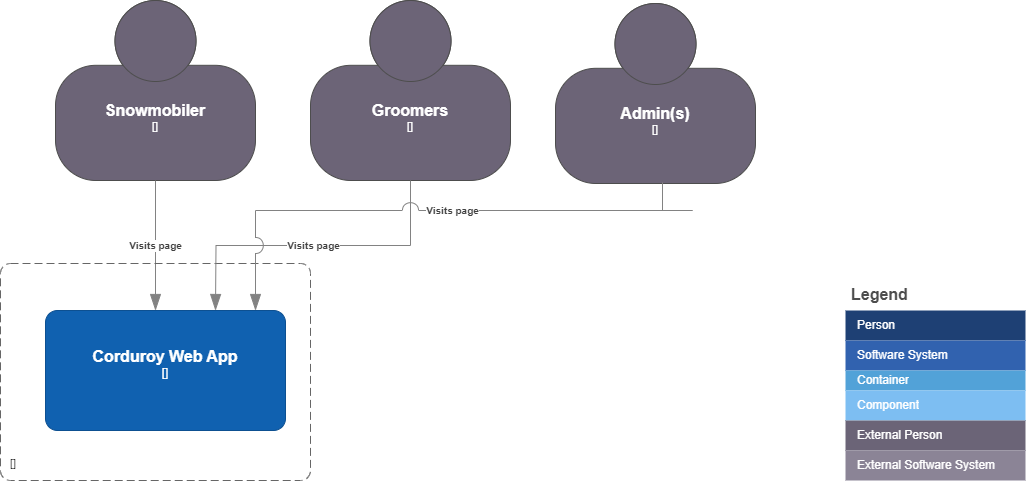
Earlier version of the draw.io export docs/C4/Context-C4.png (bartelsjoshuac/Corduroy). Source tidied: cells renumbered, new cells last; positions are measured from the earlier drawing's top-left corner, leaving out a move shared by most shapes. Source of this version:
```xml
<mxGraphModel>
  <root>
    <mxCell id="0" />
    <mxCell id="1" parent="0" />
    <object id="2" label="&lt;font style=&quot;font-size: 16px&quot;&gt;&lt;b&gt;%c4Name%&lt;/b&gt;&lt;/font&gt;&lt;div&gt;[%c4Type%]&lt;/div&gt;&lt;br&gt;&lt;div&gt;&lt;font style=&quot;font-size: 11px&quot;&gt;&lt;font color=&quot;#cccccc&quot;&gt;%c4Description%&lt;/font&gt;&lt;/div&gt;" c4Description="" c4Name="Snowmobiler" c4Type="" placeholders="1">
      <mxCell style="html=1;fontSize=11;dashed=0;whiteSpace=wrap;fillColor=#6C6477;strokeColor=#4D4D4D;fontColor=#ffffff;shape=mxgraph.c4.person2;align=center;points=[[0.5,0,0],[1,0.5,0],[1,0.75,0],[0.75,1,0],[0.5,1,0],[0.25,1,0],[0,0.75,0],[0,0.5,0]];" parent="1" vertex="1">
        <mxGeometry x="55" width="200" height="180" as="geometry" />
      </mxCell>
    </object>
    <mxCell id="3" value="Legend" style="shape=table;startSize=30;fontSize=16;align=left;verticalAlign=top;fillColor=none;strokeColor=none;fontColor=#4D4D4D;fontStyle=1;spacingLeft=6;spacing=0;" parent="1" vertex="1">
      <mxGeometry x="845" y="280" width="180" height="200" as="geometry" />
    </mxCell>
    <mxCell id="4" style="shape=tableRow;horizontal=0;startSize=0;swimlaneHead=0;swimlaneBody=0;strokeColor=inherit;top=0;left=0;bottom=0;right=0;fillColor=none;fontSize=12;" parent="3" vertex="1">
      <mxGeometry y="30" width="180" height="30" as="geometry" />
    </mxCell>
    <mxCell id="5" value="Person" style="shape=partialRectangle;html=1;whiteSpace=wrap;strokeColor=inherit;overflow=hidden;fillColor=#1E4074;top=0;left=0;bottom=0;right=0;fontSize=12;align=left;fontColor=#FFFFFF;gradientColor=none;spacingLeft=10;spacingRight=4;" parent="4" vertex="1">
      <mxGeometry width="180" height="30" as="geometry" />
    </mxCell>
    <mxCell id="6" style="shape=tableRow;horizontal=0;startSize=0;swimlaneHead=0;swimlaneBody=0;strokeColor=inherit;top=0;left=0;bottom=0;right=0;fillColor=none;fontSize=12;" parent="3" vertex="1">
      <mxGeometry y="60" width="180" height="30" as="geometry" />
    </mxCell>
    <mxCell id="7" value="Software System" style="shape=partialRectangle;html=1;whiteSpace=wrap;strokeColor=inherit;overflow=hidden;fillColor=#3162AF;top=0;left=0;bottom=0;right=0;fontSize=12;align=left;fontColor=#FFFFFF;gradientColor=none;spacingLeft=10;spacingRight=4;" parent="6" vertex="1">
      <mxGeometry width="180" height="30" as="geometry" />
    </mxCell>
    <mxCell id="8" style="shape=tableRow;horizontal=0;startSize=0;swimlaneHead=0;swimlaneBody=0;strokeColor=inherit;top=0;left=0;bottom=0;right=0;fillColor=none;fontSize=12;" parent="3" vertex="1">
      <mxGeometry y="90" width="180" height="20" as="geometry" />
    </mxCell>
    <mxCell id="9" value="Container" style="shape=partialRectangle;html=1;whiteSpace=wrap;strokeColor=inherit;overflow=hidden;fillColor=#52a2d8;top=0;left=0;bottom=0;right=0;fontSize=12;align=left;fontColor=#FFFFFF;gradientColor=none;spacingLeft=10;spacingRight=4;" parent="8" vertex="1">
      <mxGeometry width="180" height="20" as="geometry" />
    </mxCell>
    <mxCell id="10" style="shape=tableRow;horizontal=0;startSize=0;swimlaneHead=0;swimlaneBody=0;strokeColor=inherit;top=0;left=0;bottom=0;right=0;fillColor=none;fontSize=12;" parent="3" vertex="1">
      <mxGeometry y="110" width="180" height="30" as="geometry" />
    </mxCell>
    <mxCell id="11" value="Component" style="shape=partialRectangle;html=1;whiteSpace=wrap;strokeColor=inherit;overflow=hidden;fillColor=#7dbef2;top=0;left=0;bottom=0;right=0;fontSize=12;align=left;fontColor=#FFFFFF;gradientColor=none;spacingLeft=10;spacingRight=4;" parent="10" vertex="1">
      <mxGeometry width="180" height="30" as="geometry" />
    </mxCell>
    <mxCell id="12" style="shape=tableRow;horizontal=0;startSize=0;swimlaneHead=0;swimlaneBody=0;strokeColor=inherit;top=0;left=0;bottom=0;right=0;fillColor=none;fontSize=12;" parent="3" vertex="1">
      <mxGeometry y="140" width="180" height="30" as="geometry" />
    </mxCell>
    <mxCell id="13" value="External Person" style="shape=partialRectangle;html=1;whiteSpace=wrap;strokeColor=inherit;overflow=hidden;fillColor=#6b6477;top=0;left=0;bottom=0;right=0;fontSize=12;align=left;fontColor=#FFFFFF;gradientColor=none;spacingLeft=10;spacingRight=4;" parent="12" vertex="1">
      <mxGeometry width="180" height="30" as="geometry" />
    </mxCell>
    <mxCell id="14" style="shape=tableRow;horizontal=0;startSize=0;swimlaneHead=0;swimlaneBody=0;strokeColor=inherit;top=0;left=0;bottom=0;right=0;fillColor=none;fontSize=12;" parent="3" vertex="1">
      <mxGeometry y="170" width="180" height="30" as="geometry" />
    </mxCell>
    <mxCell id="15" value="External Software System" style="shape=partialRectangle;html=1;whiteSpace=wrap;strokeColor=inherit;overflow=hidden;fillColor=#8b8496;top=0;left=0;bottom=0;right=0;fontSize=12;align=left;fontColor=#FFFFFF;gradientColor=none;spacingLeft=10;spacingRight=4;" parent="14" vertex="1">
      <mxGeometry width="180" height="30" as="geometry" />
    </mxCell>
    <object id="16" label="&lt;div style=&quot;text-align: left&quot;&gt;&lt;div style=&quot;text-align: center&quot;&gt;&lt;b&gt;%c4Description%&lt;/b&gt;&lt;/div&gt;" c4Description=" Visits page" c4Type="Relationship" placeholders="1">
      <mxCell style="endArrow=blockThin;html=1;fontSize=10;fontColor=#404040;strokeWidth=1;endFill=1;strokeColor=#828282;elbow=vertical;endSize=14;startSize=14;jumpStyle=arc;jumpSize=16;rounded=0;edgeStyle=orthogonalEdgeStyle;" parent="1" edge="1" source="2">
        <mxGeometry relative="1" as="geometry">
          <mxPoint x="155" y="310" as="targetPoint" />
        </mxGeometry>
      </mxCell>
    </object>
    <object id="17" label="&lt;font style=&quot;font-size: 16px&quot;&gt;&lt;b&gt;&lt;div style=&quot;text-align: left&quot;&gt;%c4Name%&lt;/div&gt;&lt;/b&gt;&lt;/font&gt;&lt;div style=&quot;text-align: left&quot;&gt;[%c4Application%]&lt;/div&gt;" c4Application="" c4Name="" c4Type="" placeholders="1">
      <mxCell style="rounded=1;fontSize=11;whiteSpace=wrap;html=1;dashed=1;arcSize=20;fillColor=none;strokeColor=#666666;fontColor=#333333;labelBackgroundColor=none;align=left;verticalAlign=bottom;labelBorderColor=none;spacingTop=0;spacing=10;dashPattern=8 4;perimeter=rectanglePerimeter;noLabel=0;labelPadding=0;absoluteArcSize=1;" parent="1" vertex="1">
        <mxGeometry y="263" width="310" height="217" as="geometry" />
      </mxCell>
    </object>
    <object id="18" label="&lt;font style=&quot;font-size: 16px&quot;&gt;&lt;b&gt;%c4Name%&lt;/b&gt;&lt;/font&gt;&lt;div&gt;[%c4Type%]&lt;/div&gt;&lt;br&gt;&lt;div&gt;&lt;font style=&quot;font-size: 11px&quot;&gt;&lt;font color=&quot;#cccccc&quot;&gt;%c4Description%&lt;/font&gt;&lt;/div&gt;" c4Description="" c4Name="Groomers" c4Type="" placeholders="1">
      <mxCell style="html=1;fontSize=11;dashed=0;whiteSpace=wrap;fillColor=#6C6477;strokeColor=#4D4D4D;fontColor=#ffffff;shape=mxgraph.c4.person2;align=center;points=[[0.5,0,0],[1,0.5,0],[1,0.75,0],[0.75,1,0],[0.5,1,0],[0.25,1,0],[0,0.75,0],[0,0.5,0]];" parent="1" vertex="1">
        <mxGeometry x="310" width="200" height="180" as="geometry" />
      </mxCell>
    </object>
    <object id="19" label="&lt;font style=&quot;font-size: 16px&quot;&gt;&lt;b&gt;%c4Name%&lt;/b&gt;&lt;/font&gt;&lt;div&gt;[%c4Type%]&lt;/div&gt;&lt;br&gt;&lt;div&gt;&lt;font style=&quot;font-size: 11px&quot;&gt;&lt;font color=&quot;#cccccc&quot;&gt;%c4Description%&lt;/font&gt;&lt;/div&gt;" c4Description="" c4Name="Admin(s)" c4Type="" placeholders="1">
      <mxCell style="html=1;fontSize=11;dashed=0;whiteSpace=wrap;fillColor=#6C6477;strokeColor=#4D4D4D;fontColor=#ffffff;shape=mxgraph.c4.person2;align=center;points=[[0.5,0,0],[1,0.5,0],[1,0.75,0],[0.75,1,0],[0.5,1,0],[0.25,1,0],[0,0.75,0],[0,0.5,0]];" parent="1" vertex="1">
        <mxGeometry x="555" y="3" width="200" height="180" as="geometry" />
      </mxCell>
    </object>
    <object id="20" label="&lt;div style=&quot;text-align: left&quot;&gt;&lt;div style=&quot;text-align: center&quot;&gt;&lt;b&gt;%c4Description%&lt;/b&gt;&lt;/div&gt;" c4Description=" Visits page" c4Type="Relationship" placeholders="1">
      <mxCell style="endArrow=blockThin;html=1;fontSize=10;fontColor=#404040;strokeWidth=1;endFill=1;strokeColor=#828282;elbow=vertical;endSize=14;startSize=14;jumpStyle=arc;jumpSize=16;rounded=0;edgeStyle=orthogonalEdgeStyle;exitX=0.5;exitY=1;exitDx=0;exitDy=0;exitPerimeter=0;entryX=0.75;entryY=0;entryDx=0;entryDy=0;entryPerimeter=0;" parent="1" edge="1" source="18">
        <mxGeometry relative="1" as="geometry">
          <mxPoint x="215" y="310" as="targetPoint" />
        </mxGeometry>
      </mxCell>
    </object>
    <object id="21" label="&lt;div style=&quot;text-align: left&quot;&gt;&lt;div style=&quot;text-align: center&quot;&gt;&lt;b&gt;%c4Description%&lt;/b&gt;&lt;/div&gt;" c4Description=" Visits page" c4Type="Relationship" placeholders="1">
      <mxCell style="endArrow=blockThin;html=1;fontSize=10;fontColor=#404040;strokeWidth=1;endFill=1;strokeColor=#828282;elbow=vertical;endSize=14;startSize=14;jumpStyle=arc;jumpSize=16;rounded=0;edgeStyle=orthogonalEdgeStyle;exitX=0.535;exitY=0.994;exitDx=0;exitDy=0;exitPerimeter=0;" parent="1" edge="1" source="19">
        <mxGeometry relative="1" as="geometry">
          <mxPoint x="255" y="310" as="targetPoint" />
          <Array as="points">
            <mxPoint x="692" y="210" />
            <mxPoint x="256" y="210" />
          </Array>
        </mxGeometry>
      </mxCell>
    </object>
    <object id="22" label="&lt;font style=&quot;font-size: 16px&quot;&gt;&lt;b&gt;%c4Name%&lt;/b&gt;&lt;/font&gt;&lt;div&gt;[%c4Type%]&lt;/div&gt;&lt;br&gt;&lt;div&gt;&lt;font style=&quot;font-size: 11px&quot;&gt;&lt;font color=&quot;#cccccc&quot;&gt;%c4Description%&lt;/font&gt;&lt;/div&gt;" c4Description="" c4Name="Corduroy Web App" c4Type="" placeholders="1">
      <mxCell style="rounded=1;whiteSpace=wrap;html=1;labelBackgroundColor=none;fillColor=#1061B0;fontColor=#ffffff;align=center;arcSize=10;strokeColor=#0D5091;" parent="1" vertex="1">
        <mxGeometry x="45" y="310" width="240" height="120" as="geometry" />
      </mxCell>
    </object>
  </root>
</mxGraphModel>
```
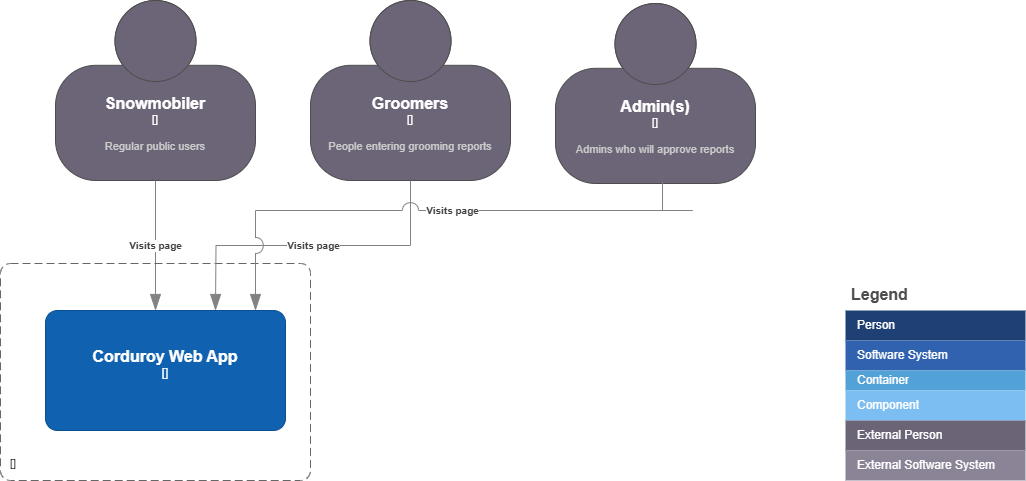
After the change.

The edit, as a diff of the source:
```diff
@@ -2,7 +2,7 @@
   <root>
     <mxCell id="0" />
     <mxCell id="1" parent="0" />
-    <object id="2" label="&lt;font style=&quot;font-size: 16px&quot;&gt;&lt;b&gt;%c4Name%&lt;/b&gt;&lt;/font&gt;&lt;div&gt;[%c4Type%]&lt;/div&gt;&lt;br&gt;&lt;div&gt;&lt;font style=&quot;font-size: 11px&quot;&gt;&lt;font color=&quot;#cccccc&quot;&gt;%c4Description%&lt;/font&gt;&lt;/div&gt;" c4Description="" c4Name="Snowmobiler" c4Type="" placeholders="1">
+    <object id="2" label="&lt;font style=&quot;font-size: 16px&quot;&gt;&lt;b&gt;%c4Name%&lt;/b&gt;&lt;/font&gt;&lt;div&gt;[%c4Type%]&lt;/div&gt;&lt;br&gt;&lt;div&gt;&lt;font style=&quot;font-size: 11px&quot;&gt;&lt;font color=&quot;#cccccc&quot;&gt;%c4Description%&lt;/font&gt;&lt;/div&gt;" c4Description="Regular public users" c4Name="Snowmobiler" c4Type="" placeholders="1">
       <mxCell style="html=1;fontSize=11;dashed=0;whiteSpace=wrap;fillColor=#6C6477;strokeColor=#4D4D4D;fontColor=#ffffff;shape=mxgraph.c4.person2;align=center;points=[[0.5,0,0],[1,0.5,0],[1,0.75,0],[0.75,1,0],[0.5,1,0],[0.25,1,0],[0,0.75,0],[0,0.5,0]];" parent="1" vertex="1">
         <mxGeometry x="55" width="200" height="180" as="geometry" />
       </mxCell>
@@ -58,12 +58,12 @@
         <mxGeometry y="263" width="310" height="217" as="geometry" />
       </mxCell>
     </object>
-    <object id="18" label="&lt;font style=&quot;font-size: 16px&quot;&gt;&lt;b&gt;%c4Name%&lt;/b&gt;&lt;/font&gt;&lt;div&gt;[%c4Type%]&lt;/div&gt;&lt;br&gt;&lt;div&gt;&lt;font style=&quot;font-size: 11px&quot;&gt;&lt;font color=&quot;#cccccc&quot;&gt;%c4Description%&lt;/font&gt;&lt;/div&gt;" c4Description="" c4Name="Groomers" c4Type="" placeholders="1">
+    <object id="18" label="&lt;font style=&quot;font-size: 16px&quot;&gt;&lt;b&gt;%c4Name%&lt;/b&gt;&lt;/font&gt;&lt;div&gt;[%c4Type%]&lt;/div&gt;&lt;br&gt;&lt;div&gt;&lt;font style=&quot;font-size: 11px&quot;&gt;&lt;font color=&quot;#cccccc&quot;&gt;%c4Description%&lt;/font&gt;&lt;/div&gt;" c4Description="People entering grooming reports" c4Name="Groomers" c4Type="" placeholders="1">
       <mxCell style="html=1;fontSize=11;dashed=0;whiteSpace=wrap;fillColor=#6C6477;strokeColor=#4D4D4D;fontColor=#ffffff;shape=mxgraph.c4.person2;align=center;points=[[0.5,0,0],[1,0.5,0],[1,0.75,0],[0.75,1,0],[0.5,1,0],[0.25,1,0],[0,0.75,0],[0,0.5,0]];" parent="1" vertex="1">
         <mxGeometry x="310" width="200" height="180" as="geometry" />
       </mxCell>
     </object>
-    <object id="19" label="&lt;font style=&quot;font-size: 16px&quot;&gt;&lt;b&gt;%c4Name%&lt;/b&gt;&lt;/font&gt;&lt;div&gt;[%c4Type%]&lt;/div&gt;&lt;br&gt;&lt;div&gt;&lt;font style=&quot;font-size: 11px&quot;&gt;&lt;font color=&quot;#cccccc&quot;&gt;%c4Description%&lt;/font&gt;&lt;/div&gt;" c4Description="" c4Name="Admin(s)" c4Type="" placeholders="1">
+    <object id="19" label="&lt;font style=&quot;font-size: 16px&quot;&gt;&lt;b&gt;%c4Name%&lt;/b&gt;&lt;/font&gt;&lt;div&gt;[%c4Type%]&lt;/div&gt;&lt;br&gt;&lt;div&gt;&lt;font style=&quot;font-size: 11px&quot;&gt;&lt;font color=&quot;#cccccc&quot;&gt;%c4Description%&lt;/font&gt;&lt;/div&gt;" c4Description="Admins who will approve reports" c4Name="Admin(s)" c4Type="" placeholders="1">
       <mxCell style="html=1;fontSize=11;dashed=0;whiteSpace=wrap;fillColor=#6C6477;strokeColor=#4D4D4D;fontColor=#ffffff;shape=mxgraph.c4.person2;align=center;points=[[0.5,0,0],[1,0.5,0],[1,0.75,0],[0.75,1,0],[0.5,1,0],[0.25,1,0],[0,0.75,0],[0,0.5,0]];" parent="1" vertex="1">
         <mxGeometry x="555" y="3" width="200" height="180" as="geometry" />
       </mxCell>
```
